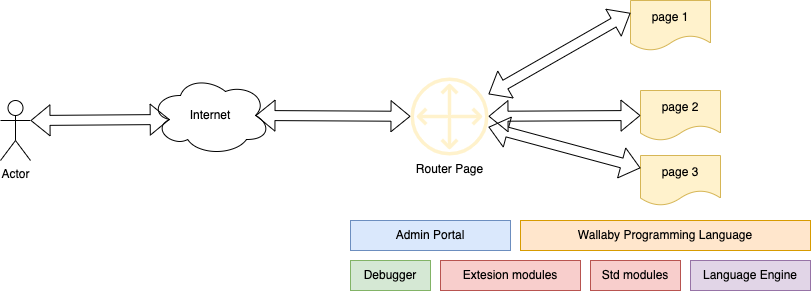
The draw.io diagram apps/cookbook/data/public/images/platform_diagram.png in pomelio/website, before a commit. Source tidied: cells renumbered, new cells last; positions are measured from the earlier drawing's top-left corner, leaving out a move shared by most shapes. Source of this version:
```xml
<mxGraphModel>
  <root>
    <mxCell id="0" />
    <mxCell id="1" parent="0" />
    <mxCell id="2" value="Actor" style="shape=umlActor;verticalLabelPosition=bottom;verticalAlign=top;html=1;outlineConnect=0;" parent="1" vertex="1">
      <mxGeometry y="100" width="30" height="60" as="geometry" />
    </mxCell>
    <mxCell id="3" value="Wallaby Programming Language" style="rounded=0;whiteSpace=wrap;html=1;fillColor=#ffe6cc;strokeColor=#d79b00;" parent="1" vertex="1">
      <mxGeometry x="520" y="220" width="290" height="30" as="geometry" />
    </mxCell>
    <mxCell id="4" value="Extesion modules" style="rounded=0;whiteSpace=wrap;html=1;fillColor=#f8cecc;strokeColor=#b85450;" parent="1" vertex="1">
      <mxGeometry x="440" y="260" width="140" height="30" as="geometry" />
    </mxCell>
    <mxCell id="5" value="Std modules" style="rounded=0;whiteSpace=wrap;html=1;fillColor=#f8cecc;strokeColor=#b85450;" parent="1" vertex="1">
      <mxGeometry x="590" y="260" width="90" height="30" as="geometry" />
    </mxCell>
    <mxCell id="6" value="Language Engine" style="rounded=0;whiteSpace=wrap;html=1;fillColor=#e1d5e7;strokeColor=#9673a6;" parent="1" vertex="1">
      <mxGeometry x="690" y="260" width="120" height="30" as="geometry" />
    </mxCell>
    <mxCell id="7" value="Admin Portal" style="rounded=0;whiteSpace=wrap;html=1;fillColor=#dae8fc;strokeColor=#6c8ebf;" parent="1" vertex="1">
      <mxGeometry x="350" y="220" width="160" height="30" as="geometry" />
    </mxCell>
    <mxCell id="8" value="Debugger" style="rounded=0;whiteSpace=wrap;html=1;fillColor=#d5e8d4;strokeColor=#82b366;" parent="1" vertex="1">
      <mxGeometry x="350" y="260" width="80" height="30" as="geometry" />
    </mxCell>
    <mxCell id="9" value="Internet" style="ellipse;shape=cloud;whiteSpace=wrap;html=1;" parent="1" vertex="1">
      <mxGeometry x="150" y="75" width="120" height="80" as="geometry" />
    </mxCell>
    <mxCell id="10" value="Router Page" style="sketch=0;outlineConnect=0;fillColor=#fff2cc;strokeColor=#d6b656;dashed=0;verticalLabelPosition=bottom;verticalAlign=top;align=center;html=1;fontSize=12;fontStyle=0;shape=mxgraph.aws4.customer_gateway;" parent="1" vertex="1">
      <mxGeometry x="410" y="77" width="78" height="78" as="geometry" />
    </mxCell>
    <mxCell id="11" value="page 1" style="shape=document;whiteSpace=wrap;html=1;boundedLbl=1;fillColor=#fff2cc;strokeColor=#d6b656;" parent="1" vertex="1">
      <mxGeometry x="630" width="80" height="50" as="geometry" />
    </mxCell>
    <mxCell id="12" value="page 2" style="shape=document;whiteSpace=wrap;html=1;boundedLbl=1;fillColor=#fff2cc;strokeColor=#d6b656;" parent="1" vertex="1">
      <mxGeometry x="640" y="90" width="80" height="50" as="geometry" />
    </mxCell>
    <mxCell id="13" value="page 3" style="shape=document;whiteSpace=wrap;html=1;boundedLbl=1;fillColor=#fff2cc;strokeColor=#d6b656;" parent="1" vertex="1">
      <mxGeometry x="640" y="155" width="80" height="50" as="geometry" />
    </mxCell>
    <mxCell id="14" style="shape=flexArrow;endArrow=classic;startArrow=classic;html=1;rounded=0;exitX=1;exitY=0.3333333333333333;exitDx=0;exitDy=0;exitPerimeter=0;entryX=0.16;entryY=0.55;entryDx=0;entryDy=0;entryPerimeter=0;" parent="1" edge="1" source="2" target="9">
      <mxGeometry relative="1" as="geometry" />
    </mxCell>
    <mxCell id="15" style="shape=flexArrow;endArrow=classic;startArrow=classic;html=1;rounded=0;exitX=0.875;exitY=0.5;exitDx=0;exitDy=0;exitPerimeter=0;" parent="1" edge="1" source="9" target="10">
      <mxGeometry relative="1" as="geometry" />
    </mxCell>
    <mxCell id="16" style="shape=flexArrow;endArrow=classic;startArrow=classic;html=1;rounded=0;entryX=0;entryY=0.25;entryDx=0;entryDy=0;" parent="1" edge="1" source="10" target="11">
      <mxGeometry relative="1" as="geometry" />
    </mxCell>
    <mxCell id="17" style="shape=flexArrow;endArrow=classic;startArrow=classic;html=1;rounded=0;entryX=0;entryY=0.5;entryDx=0;entryDy=0;" parent="1" edge="1" source="10" target="12">
      <mxGeometry relative="1" as="geometry" />
    </mxCell>
    <mxCell id="18" style="shape=flexArrow;endArrow=classic;startArrow=classic;html=1;rounded=0;entryX=0;entryY=0.25;entryDx=0;entryDy=0;" parent="1" edge="1" source="10" target="13">
      <mxGeometry relative="1" as="geometry" />
    </mxCell>
  </root>
</mxGraphModel>
```
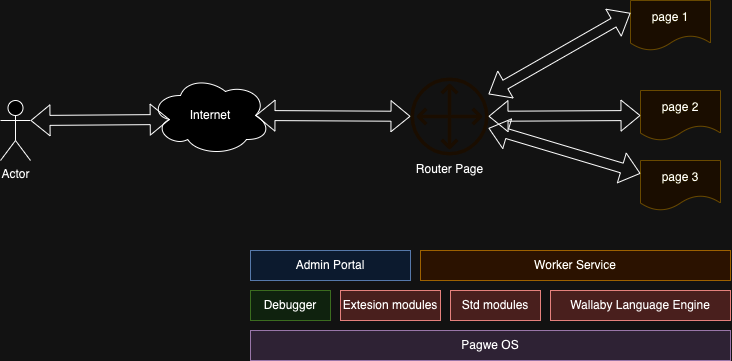
The same file after the commit.

What changed in the source:
```diff
@@ -3,19 +3,19 @@
     <mxCell id="0" />
     <mxCell id="1" parent="0" />
     <mxCell id="2" value="Actor" style="shape=umlActor;verticalLabelPosition=bottom;verticalAlign=top;html=1;outlineConnect=0;" parent="1" vertex="1">
-      <mxGeometry y="100" width="30" height="60" as="geometry" />
+      <mxGeometry x="100" y="70" width="30" height="60" as="geometry" />
     </mxCell>
-    <mxCell id="3" value="Wallaby Programming Language" style="rounded=0;whiteSpace=wrap;html=1;fillColor=#ffe6cc;strokeColor=#d79b00;" parent="1" vertex="1">
-      <mxGeometry x="520" y="220" width="290" height="30" as="geometry" />
+    <mxCell id="3" value="Worker Service" style="rounded=0;whiteSpace=wrap;html=1;fillColor=#ffe6cc;strokeColor=#d79b00;" parent="1" vertex="1">
+      <mxGeometry x="520" y="220" width="310" height="30" as="geometry" />
     </mxCell>
     <mxCell id="4" value="Extesion modules" style="rounded=0;whiteSpace=wrap;html=1;fillColor=#f8cecc;strokeColor=#b85450;" parent="1" vertex="1">
-      <mxGeometry x="440" y="260" width="140" height="30" as="geometry" />
+      <mxGeometry x="440" y="260" width="100" height="30" as="geometry" />
     </mxCell>
     <mxCell id="5" value="Std modules" style="rounded=0;whiteSpace=wrap;html=1;fillColor=#f8cecc;strokeColor=#b85450;" parent="1" vertex="1">
-      <mxGeometry x="590" y="260" width="90" height="30" as="geometry" />
+      <mxGeometry x="550" y="260" width="90" height="30" as="geometry" />
     </mxCell>
-    <mxCell id="6" value="Language Engine" style="rounded=0;whiteSpace=wrap;html=1;fillColor=#e1d5e7;strokeColor=#9673a6;" parent="1" vertex="1">
-      <mxGeometry x="690" y="260" width="120" height="30" as="geometry" />
+    <mxCell id="6" value="Pagwe OS" style="rounded=0;whiteSpace=wrap;html=1;fillColor=#e1d5e7;strokeColor=#9673a6;" parent="1" vertex="1">
+      <mxGeometry x="350" y="300" width="480" height="30" as="geometry" />
     </mxCell>
     <mxCell id="7" value="Admin Portal" style="rounded=0;whiteSpace=wrap;html=1;fillColor=#dae8fc;strokeColor=#6c8ebf;" parent="1" vertex="1">
       <mxGeometry x="350" y="220" width="160" height="30" as="geometry" />
@@ -24,19 +24,19 @@
       <mxGeometry x="350" y="260" width="80" height="30" as="geometry" />
     </mxCell>
     <mxCell id="9" value="Internet" style="ellipse;shape=cloud;whiteSpace=wrap;html=1;" parent="1" vertex="1">
-      <mxGeometry x="150" y="75" width="120" height="80" as="geometry" />
+      <mxGeometry x="250" y="45" width="120" height="80" as="geometry" />
     </mxCell>
     <mxCell id="10" value="Router Page" style="sketch=0;outlineConnect=0;fillColor=#fff2cc;strokeColor=#d6b656;dashed=0;verticalLabelPosition=bottom;verticalAlign=top;align=center;html=1;fontSize=12;fontStyle=0;shape=mxgraph.aws4.customer_gateway;" parent="1" vertex="1">
-      <mxGeometry x="410" y="77" width="78" height="78" as="geometry" />
+      <mxGeometry x="510" y="47" width="78" height="78" as="geometry" />
     </mxCell>
     <mxCell id="11" value="page 1" style="shape=document;whiteSpace=wrap;html=1;boundedLbl=1;fillColor=#fff2cc;strokeColor=#d6b656;" parent="1" vertex="1">
-      <mxGeometry x="630" width="80" height="50" as="geometry" />
+      <mxGeometry x="730" y="-30" width="80" height="50" as="geometry" />
     </mxCell>
     <mxCell id="12" value="page 2" style="shape=document;whiteSpace=wrap;html=1;boundedLbl=1;fillColor=#fff2cc;strokeColor=#d6b656;" parent="1" vertex="1">
-      <mxGeometry x="640" y="90" width="80" height="50" as="geometry" />
+      <mxGeometry x="740" y="60" width="80" height="50" as="geometry" />
     </mxCell>
     <mxCell id="13" value="page 3" style="shape=document;whiteSpace=wrap;html=1;boundedLbl=1;fillColor=#fff2cc;strokeColor=#d6b656;" parent="1" vertex="1">
-      <mxGeometry x="640" y="155" width="80" height="50" as="geometry" />
+      <mxGeometry x="740" y="130" width="80" height="50" as="geometry" />
     </mxCell>
     <mxCell id="14" style="shape=flexArrow;endArrow=classic;startArrow=classic;html=1;rounded=0;exitX=1;exitY=0.3333333333333333;exitDx=0;exitDy=0;exitPerimeter=0;entryX=0.16;entryY=0.55;entryDx=0;entryDy=0;entryPerimeter=0;" parent="1" edge="1" source="2" target="9">
       <mxGeometry relative="1" as="geometry" />
@@ -50,8 +50,11 @@
     <mxCell id="17" style="shape=flexArrow;endArrow=classic;startArrow=classic;html=1;rounded=0;entryX=0;entryY=0.5;entryDx=0;entryDy=0;" parent="1" edge="1" source="10" target="12">
       <mxGeometry relative="1" as="geometry" />
     </mxCell>
-    <mxCell id="18" style="shape=flexArrow;endArrow=classic;startArrow=classic;html=1;rounded=0;entryX=0;entryY=0.25;entryDx=0;entryDy=0;" parent="1" edge="1" source="10" target="13">
+    <mxCell id="18" style="shape=flexArrow;endArrow=classic;startArrow=classic;html=1;rounded=0;" parent="1" edge="1" source="10" target="13">
       <mxGeometry relative="1" as="geometry" />
     </mxCell>
+    <mxCell id="19" value="Wallaby Language Engine" style="rounded=0;whiteSpace=wrap;html=1;fillColor=#f8cecc;strokeColor=#b85450;" parent="1" vertex="1">
+      <mxGeometry x="650" y="260" width="180" height="30" as="geometry" />
+    </mxCell>
   </root>
 </mxGraphModel>
```
